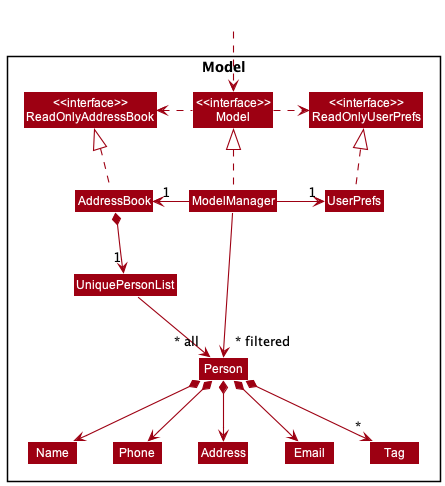
Earlier version of the PlantUML export docs/images/ModelClassDiagram.png (nus-cs2103-AY2223S2/tp).
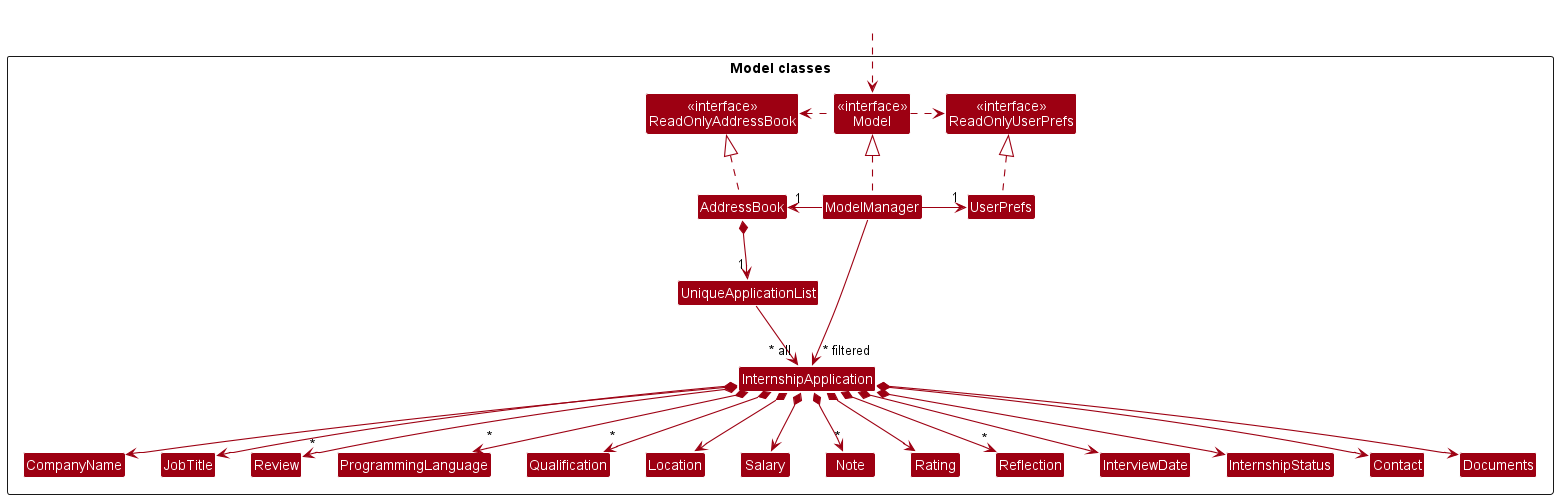
After the change.

The edit, as a diff of the source:
```diff
@@ -4,7 +4,7 @@
 skinparam arrowColor MODEL_COLOR
 skinparam classBackgroundColor MODEL_COLOR
 
-Package Model <<Rectangle>>{
+Package "Model classes" <<Rectangle>>{
 Class "<<interface>>\nReadOnlyAddressBook" as ReadOnlyAddressBook
 Class "<<interface>>\nReadOnlyUserPrefs" as ReadOnlyUserPrefs
 Class "<<interface>>\nModel" as Model
@@ -12,13 +12,22 @@
 Class ModelManager
 Class UserPrefs
 
-Class UniquePersonList
-Class Person
-Class Address
-Class Email
-Class Name
-Class Phone
-Class Tag
+Class UniqueApplicationList
+Class InternshipApplication
+Class CompanyName
+Class JobTitle
+Class Review
+Class ProgrammingLanguage
+Class Qualification
+Class Location
+Class Salary
+Class Note
+Class Rating
+Class Reflection
+Class InterviewDate
+Class InternshipStatus
+Class Contact
+Class Documents
 
 }
 
@@ -34,17 +43,22 @@
 ModelManager -right-> "1" UserPrefs
 UserPrefs .up.|> ReadOnlyUserPrefs
 
-AddressBook *--> "1" UniquePersonList
-UniquePersonList --> "~* all" Person
-Person *--> Name
-Person *--> Phone
-Person *--> Email
-Person *--> Address
-Person *--> "*" Tag
+AddressBook *--> "1" UniqueApplicationList
+UniqueApplicationList --> "~* all" InternshipApplication
+InternshipApplication *--> CompanyName
+InternshipApplication *--> JobTitle
+InternshipApplication *--> "*" Review
+InternshipApplication *--> "*" ProgrammingLanguage
+InternshipApplication *--> "*" Qualification
+InternshipApplication *--> Location
+InternshipApplication *--> Salary
+InternshipApplication *--> "*" Note
+InternshipApplication *--> Rating
+InternshipApplication *--> "*" Reflection
+InternshipApplication *--> InterviewDate
+InternshipApplication *--> InternshipStatus
+InternshipApplication *--> Contact
+InternshipApplication *--> Documents
 
-Name -[hidden]right-> Phone
-Phone -[hidden]right-> Address
-Address -[hidden]right-> Email
-
-ModelManager -->"~* filtered" Person
+ModelManager -->"~* filtered" InternshipApplication
 @enduml
```
